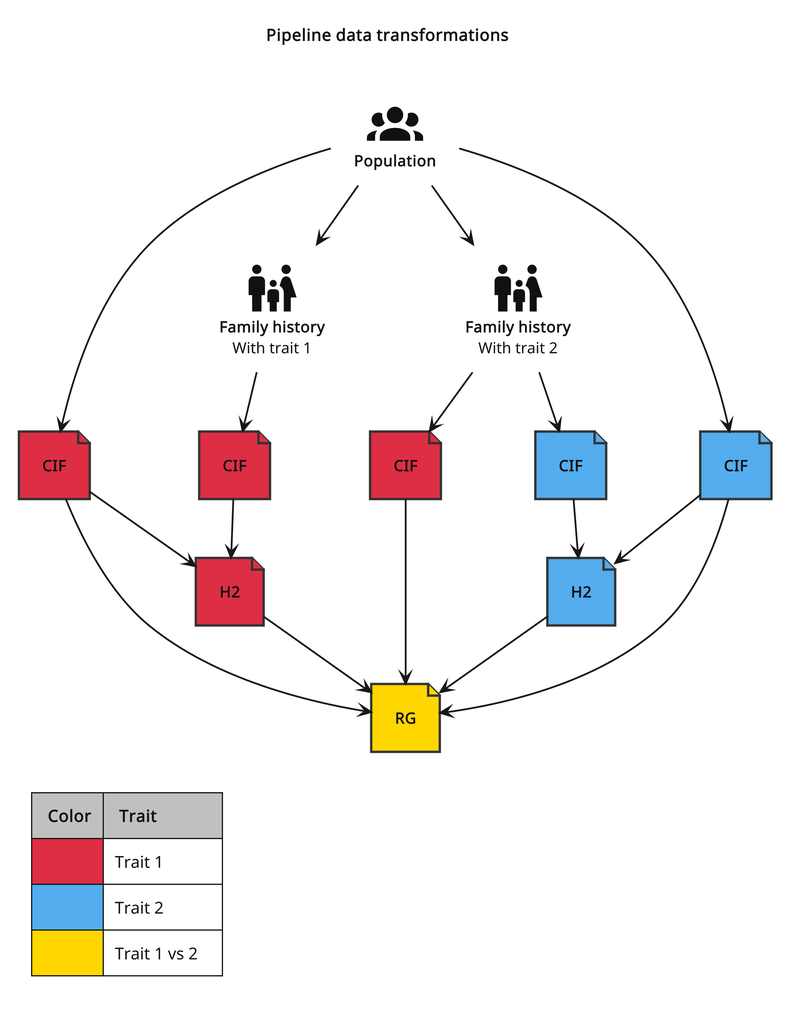
Earlier version of the PlantUML export guides/diagrams/pipeline-data-transformations.png (BioPsyk/epimight).
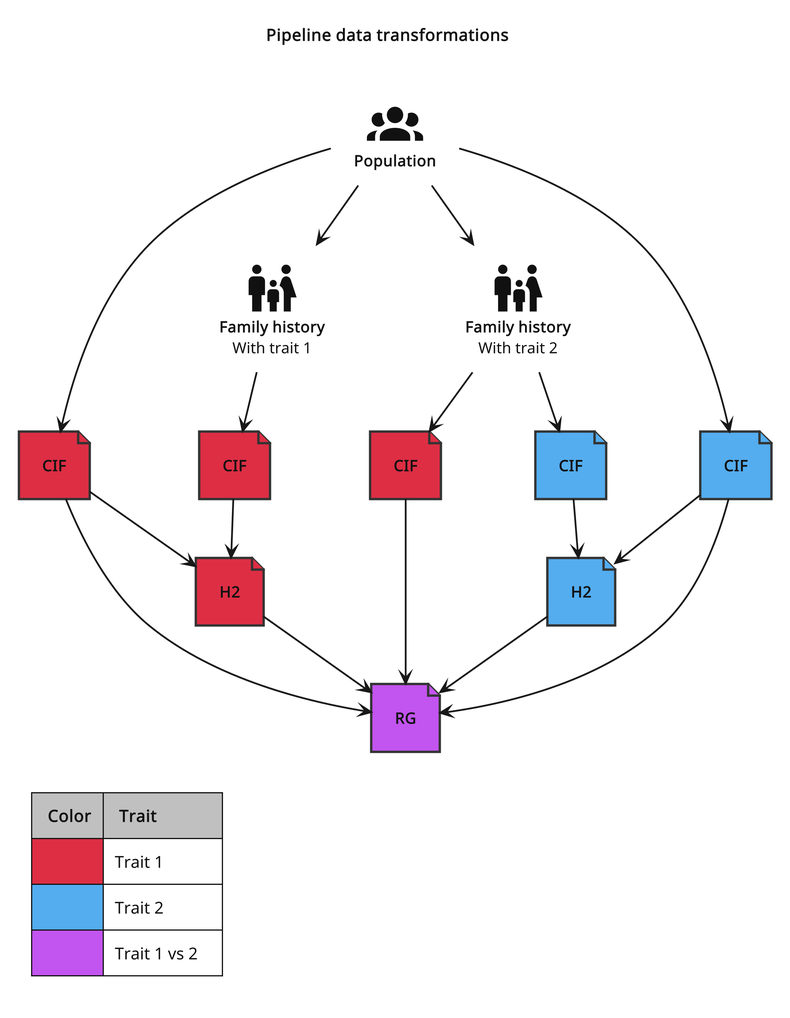
After the commit.

Commit message:
Adds correct colors

What changed in the source:
```diff
@@ -44,13 +44,13 @@
 file "**CIF**" as cif_t2_fh2 #54adef
 file "**H2**" as h2_t1 #dd2e44
 file "**H2**" as h2_t2 #54adef
-file "**RG**" as rg #ffd600
+file "**RG**" as rg #c254ef
 
 legend left
   <#silver>|= Color|= Trait |
   |<#dd2e44>|Trait 1        |
   |<#54adef>|Trait 2        |
-  |<#ffd600>|Trait 1 vs 2   |
+  |<#c254ef>|Trait 1 vs 2   |
 endlegend
 
 pop --> fh1
```
